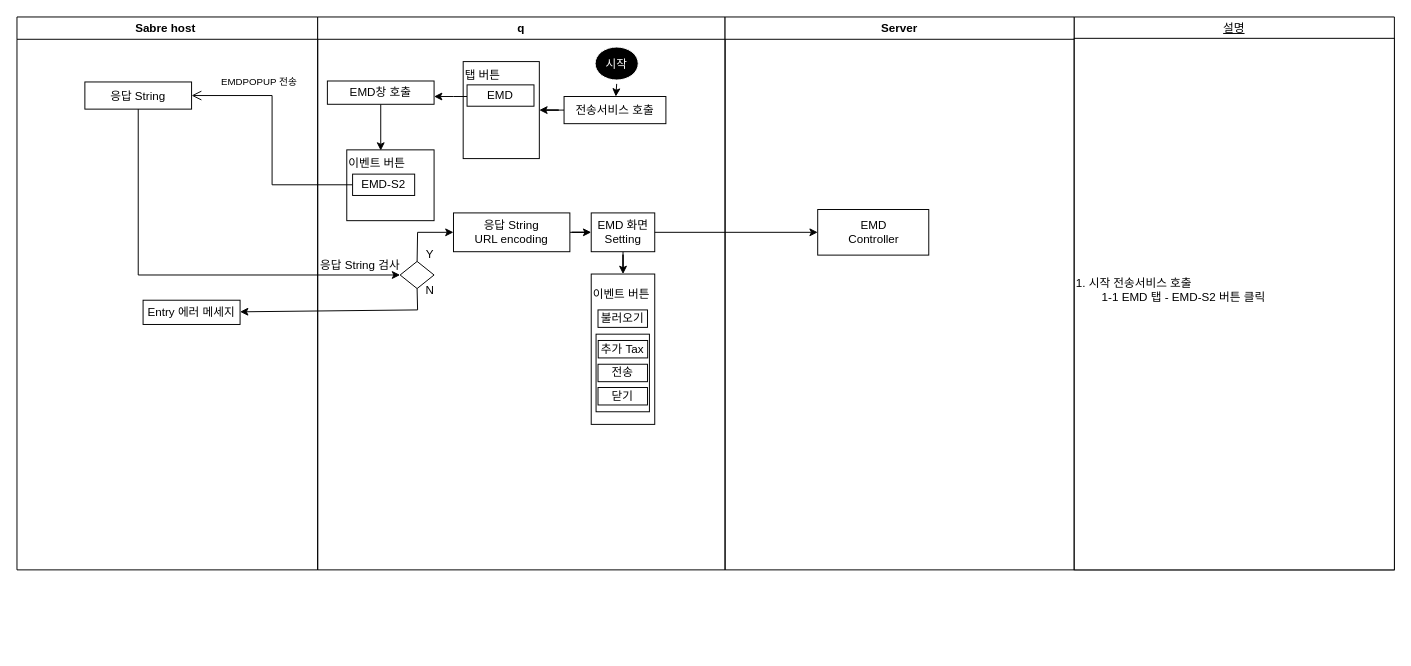
This is 제목 없는 다이어그램.drawio from ShimDaeSung1/EMDS2, a draw.io file, before an edit. Source tidied: cells renumbered, new cells numbered last; positions are measured from the earlier drawing's top-left corner, leaving out a move shared by most shapes. Both pictures are drawn from the tidied source at 97%, with x=0, y=0 at pixel (16, 16).
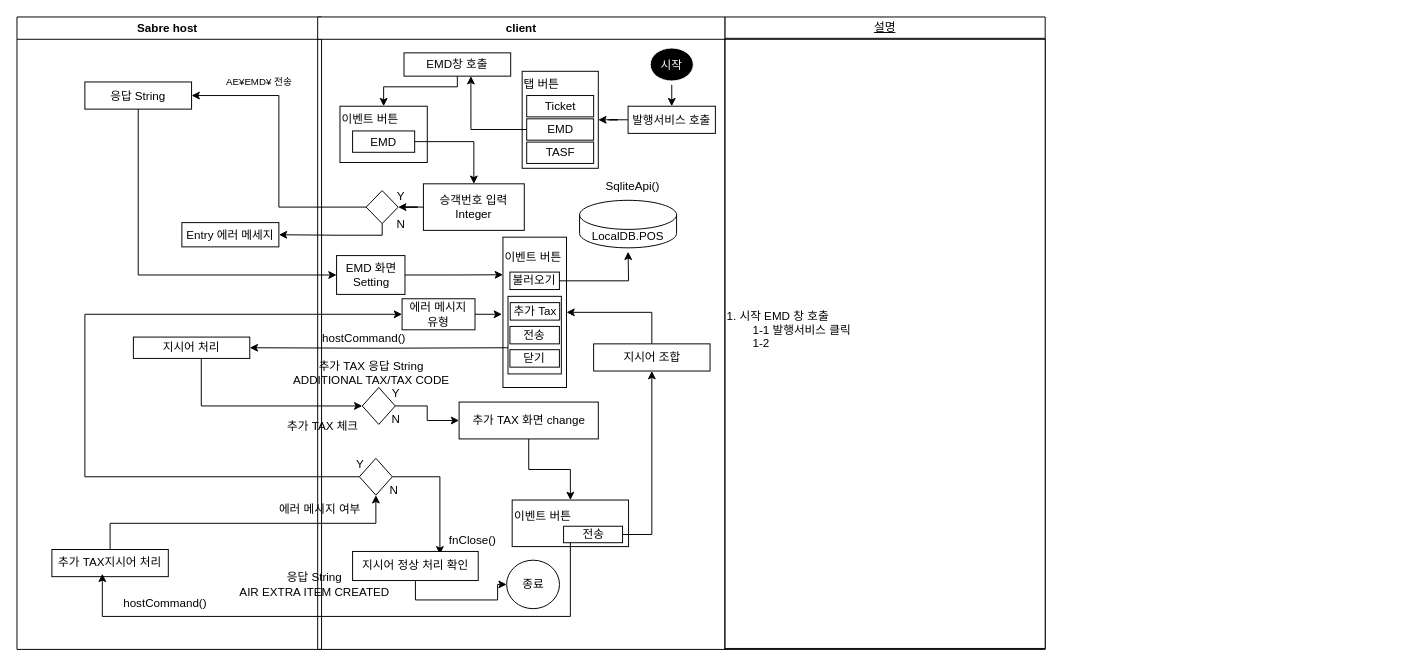
The same diagram, later.

Commit message (it also covers changes not shown here):
제목 없는 다이어그램.drawio 업데이트

Unchanged cells that the change refers to:
```xml
<mxCell id="3" value="응답 String" parent="2" vertex="1">
  <mxGeometry x="70" y="67" width="110" height="28" as="geometry" />
</mxCell>
```

The edit, as a diff of the source:
```diff
@@
     <mxCell id="2" value="Sabre host " style="swimlane;whiteSpace=wrap;" parent="1" vertex="1">
-      <mxGeometry width="310" height="570" as="geometry" />
+      <mxGeometry width="314" height="652" as="geometry" />
     </mxCell>
@@
-    <mxCell id="4" value="EMDPOPUP 전송" style="text;html=1;strokeColor=none;fillColor=none;align=center;verticalAlign=middle;whiteSpace=wrap;rounded=0;fontSize=10;" parent="2" vertex="1">
+    <mxCell id="4" value="AE¥EMD¥ 전송" style="text;html=1;strokeColor=none;fillColor=none;align=center;verticalAlign=middle;whiteSpace=wrap;rounded=0;fontSize=10;" parent="2" vertex="1">
       <mxGeometry x="200" y="52" width="100" height="30" as="geometry" />
     </mxCell>
     <mxCell id="5" value="Entry 에러 메세지" style="rounded=0;whiteSpace=wrap;html=1;" parent="2" vertex="1">
-      <mxGeometry x="130" y="292" width="100" height="25" as="geometry" />
+      <mxGeometry x="170" y="212" width="100" height="25" as="geometry" />
     </mxCell>
+    <mxCell id="41" value="지시어 처리" style="whiteSpace=wrap;html=1;rounded=0;" parent="2" vertex="1">
+      <mxGeometry x="120" y="330" width="120" height="22" as="geometry" />
+    </mxCell>
+    <mxCell id="42" value="추가 TAX지시어 처리" style="rounded=0;whiteSpace=wrap;html=1;" parent="2" vertex="1">
+      <mxGeometry x="36" y="549" width="120" height="28" as="geometry" />
+    </mxCell>
+    <mxCell id="43" value="hostCommand()" style="text;html=1;strokeColor=none;fillColor=none;align=center;verticalAlign=middle;whiteSpace=wrap;rounded=0;" parent="2" vertex="1">
+      <mxGeometry x="86" y="591" width="134" height="28" as="geometry" />
+    </mxCell>
-    <mxCell id="6" value="q" style="swimlane;whiteSpace=wrap;" parent="1" vertex="1">
-      <mxGeometry x="310" width="420" height="570" as="geometry" />
+    <mxCell id="6" value="client" style="swimlane;whiteSpace=wrap;" parent="1" vertex="1">
+      <mxGeometry x="310" width="420" height="652" as="geometry" />
     </mxCell>
     <mxCell id="7" value="시작" style="ellipse;shape=startState;fillColor=#000000;strokeColor=#FFFFFF;fontColor=#FFFFFF;" parent="6" vertex="1">
-      <mxGeometry x="282" y="27" width="52.5" height="42" as="geometry" />
+      <mxGeometry x="338.8" y="28" width="52.5" height="42" as="geometry" />
     </mxCell>
@@
-    <mxCell id="9" value="전송서비스 호출" parent="6" vertex="1">
-      <mxGeometry x="254" y="82" width="105" height="28" as="geometry" />
+    <mxCell id="9" value="발행서비스 호출" parent="6" vertex="1">
+      <mxGeometry x="320" y="92" width="90" height="28" as="geometry" />
     </mxCell>
-    <mxCell id="10" style="edgeStyle=orthogonalEdgeStyle;rounded=0;jettySize=auto;html=1;entryX=0.389;entryY=0.01;entryDx=0;entryDy=0;entryPerimeter=0;" parent="6" edge="1" source="11" target="15">
-      <mxGeometry relative="1" as="geometry" />
+    <mxCell id="10" style="edgeStyle=orthogonalEdgeStyle;rounded=0;jettySize=auto;html=1;entryX=0.5;entryY=0;entryDx=0;entryDy=0;" parent="6" edge="1" source="11" target="15">
+      <mxGeometry relative="1" as="geometry">
+        <Array as="points">
+          <mxPoint x="144" y="72" />
+          <mxPoint x="68" y="72" />
+        </Array>
+      </mxGeometry>
     </mxCell>
     <mxCell id="11" value="EMD창 호출" style="whiteSpace=wrap;html=1;" parent="6" vertex="1">
-      <mxGeometry x="10" y="66" width="110" height="24" as="geometry" />
+      <mxGeometry x="89" y="37" width="110" height="24" as="geometry" />
     </mxCell>
     <mxCell id="12" value="탭 버튼&#10;" style="align=left;verticalAlign=top;" parent="6" vertex="1">
-      <mxGeometry x="150" y="46" width="78.5" height="100" as="geometry" />
+      <mxGeometry x="210.8" y="56" width="78.5" height="100" as="geometry" />
     </mxCell>
-    <mxCell id="13" style="edgeStyle=orthogonalEdgeStyle;rounded=0;jettySize=auto;html=1;" parent="6" edge="1" source="14" target="11">
-      <mxGeometry relative="1" as="geometry">
-        <Array as="points">
-          <mxPoint x="140" y="82" />
-          <mxPoint x="140" y="82" />
-        </Array>
-      </mxGeometry>
-    </mxCell>
-    <mxCell id="14" value="EMD" style="rounded=0;whiteSpace=wrap;html=1;" parent="6" vertex="1">
-      <mxGeometry x="154" y="70" width="69" height="22" as="geometry" />
+    <mxCell id="14" value="Ticket" style="rounded=0;whiteSpace=wrap;html=1;" parent="6" vertex="1">
+      <mxGeometry x="215.5" y="81" width="69" height="22" as="geometry" />
     </mxCell>
     <mxCell id="15" value="이벤트 버튼&#10;" style="align=left;verticalAlign=top;" parent="6" vertex="1">
-      <mxGeometry x="30" y="137" width="90" height="73" as="geometry" />
+      <mxGeometry x="23" y="92" width="90" height="58" as="geometry" />
     </mxCell>
+    <mxCell id="44" style="edgeStyle=orthogonalEdgeStyle;rounded=0;jettySize=auto;html=1;" parent="6" edge="1" source="16" target="50">
+      <mxGeometry relative="1" as="geometry" />
+    </mxCell>
-    <mxCell id="16" value="EMD-S2" style="rounded=0;whiteSpace=wrap;html=1;" parent="6" vertex="1">
-      <mxGeometry x="36" y="162" width="64" height="22" as="geometry" />
+    <mxCell id="16" value="EMD" style="rounded=0;whiteSpace=wrap;html=1;" parent="6" vertex="1">
+      <mxGeometry x="36" y="117.5" width="64" height="22" as="geometry" />
     </mxCell>
@@
-    <mxCell id="18" style="rhombus;whiteSpace=wrap;html=1;" parent="6" vertex="1">
-      <mxGeometry x="85" y="252" width="35" height="28" as="geometry" />
-    </mxCell>
-    <mxCell id="19" value="응답 String 검사" style="text;html=1;strokeColor=none;fillColor=none;align=center;verticalAlign=middle;whiteSpace=wrap;rounded=0;" parent="6" vertex="1">
-      <mxGeometry x="-21" y="241" width="130" height="30" as="geometry" />
-    </mxCell>
     <mxCell id="20" value="Y" style="text;html=1;strokeColor=none;fillColor=none;align=center;verticalAlign=middle;whiteSpace=wrap;rounded=0;" parent="6" vertex="1">
-      <mxGeometry x="89" y="239" width="54" height="11" as="geometry" />
+      <mxGeometry x="59" y="179" width="54" height="11" as="geometry" />
     </mxCell>
     <mxCell id="21" value="N" style="text;html=1;strokeColor=none;fillColor=none;align=center;verticalAlign=middle;whiteSpace=wrap;rounded=0;" parent="6" vertex="1">
-      <mxGeometry x="106" y="280" width="20" height="3" as="geometry" />
+      <mxGeometry x="76" y="212" width="20" height="3" as="geometry" />
     </mxCell>
-    <mxCell id="22" style="edgeStyle=orthogonalEdgeStyle;rounded=0;jettySize=auto;html=1;" parent="6" edge="1" source="23" target="26">
-      <mxGeometry relative="1" as="geometry" />
-    </mxCell>
-    <mxCell id="23" value="응답 String&lt;br&gt;URL encoding" style="rounded=0;whiteSpace=wrap;html=1;" parent="6" vertex="1">
-      <mxGeometry x="140" y="202" width="120" height="40" as="geometry" />
-    </mxCell>
-    <mxCell id="24" style="endArrow=classic;html=1;rounded=0;exitX=0.5;exitY=0;exitDx=0;exitDy=0;entryX=0;entryY=0.5;entryDx=0;entryDy=0;" parent="6" edge="1" source="18" target="23">
-      <mxGeometry relative="1" as="geometry">
-        <Array as="points">
-          <mxPoint x="103" y="222" />
-        </Array>
-      </mxGeometry>
-    </mxCell>
-    <mxCell id="25" style="edgeStyle=orthogonalEdgeStyle;rounded=0;jettySize=auto;html=1;" parent="6" edge="1" source="26" target="27">
+    <mxCell id="25" style="edgeStyle=orthogonalEdgeStyle;rounded=0;jettySize=auto;html=1;entryX=0;entryY=0.25;entryDx=0;entryDy=0;" parent="6" edge="1" source="26" target="27">
       <mxGeometry relative="1" as="geometry" />
     </mxCell>
     <mxCell id="26" value="EMD 화면&lt;br&gt;Setting" style="rounded=0;whiteSpace=wrap;html=1;" parent="6" vertex="1">
-      <mxGeometry x="282" y="202" width="65.5" height="40" as="geometry" />
+      <mxGeometry x="19.5" y="246" width="70.5" height="40" as="geometry" />
     </mxCell>
     <mxCell id="27" value="이벤트 버튼&lt;br&gt;&lt;br&gt;&lt;br&gt;&lt;br&gt;&lt;br&gt;&lt;br&gt;&lt;br&gt;&lt;br&gt;&lt;br&gt;" style="rounded=0;whiteSpace=wrap;html=1;align=left;" parent="6" vertex="1">
-      <mxGeometry x="282" y="265" width="65.5" height="155" as="geometry" />
+      <mxGeometry x="191" y="227" width="65.5" height="155" as="geometry" />
     </mxCell>
+    <mxCell id="45" style="edgeStyle=orthogonalEdgeStyle;rounded=0;jettySize=auto;html=1;exitX=1;exitY=0.5;exitDx=0;exitDy=0;" parent="6" edge="1" source="28">
+      <mxGeometry relative="1" as="geometry">
+        <mxPoint x="320" y="242" as="targetPoint" />
+      </mxGeometry>
+    </mxCell>
     <mxCell id="28" value="불러오기" style="rounded=0;whiteSpace=wrap;html=1;" parent="6" vertex="1">
-      <mxGeometry x="289" y="302" width="51" height="18" as="geometry" />
+      <mxGeometry x="198.2" y="263" width="51" height="18" as="geometry" />
     </mxCell>
     <mxCell id="29" style="rounded=0;whiteSpace=wrap;html=1;" parent="6" vertex="1">
-      <mxGeometry x="287" y="327" width="55" height="80" as="geometry" />
+      <mxGeometry x="196.2" y="288" width="55" height="80" as="geometry" />
     </mxCell>
     <mxCell id="30" value="추가 Tax" style="rounded=0;whiteSpace=wrap;html=1;" parent="6" vertex="1">
-      <mxGeometry x="289.2" y="333.5" width="51" height="18" as="geometry" />
+      <mxGeometry x="198.5" y="294.5" width="51" height="18" as="geometry" />
     </mxCell>
     <mxCell id="31" value="전송" style="rounded=0;whiteSpace=wrap;html=1;" parent="6" vertex="1">
-      <mxGeometry x="289" y="358" width="51" height="18" as="geometry" />
+      <mxGeometry x="198.2" y="319" width="51" height="18" as="geometry" />
     </mxCell>
     <mxCell id="32" value="닫기" style="rounded=0;whiteSpace=wrap;html=1;" parent="6" vertex="1">
-      <mxGeometry x="289" y="382" width="51" height="18" as="geometry" />
+      <mxGeometry x="198.2" y="343" width="51" height="18" as="geometry" />
     </mxCell>
-    <mxCell id="33" value="Server" style="swimlane;whiteSpace=wrap;" parent="1" vertex="1">
-      <mxGeometry x="730" width="360" height="570" as="geometry" />
-    </mxCell>
-    <mxCell id="34" value="EMD&lt;br&gt;Controller" style="rounded=0;whiteSpace=wrap;html=1;" parent="33" vertex="1">
-      <mxGeometry x="95.5" y="198.5" width="114.5" height="47" as="geometry" />
-    </mxCell>
+    <mxCell id="46" style="edgeStyle=orthogonalEdgeStyle;rounded=0;jettySize=auto;html=1;entryX=0.627;entryY=1;entryDx=0;entryDy=0;entryPerimeter=0;" parent="6" edge="1" source="47" target="11">
+      <mxGeometry relative="1" as="geometry" />
+    </mxCell>
+    <mxCell id="47" value="EMD" style="rounded=0;whiteSpace=wrap;html=1;" parent="6" vertex="1">
+      <mxGeometry x="215.5" y="105" width="69" height="22" as="geometry" />
+    </mxCell>
+    <mxCell id="48" value="TASF" style="rounded=0;whiteSpace=wrap;html=1;" parent="6" vertex="1">
+      <mxGeometry x="215.5" y="129" width="69" height="22" as="geometry" />
+    </mxCell>
+    <mxCell id="49" style="edgeStyle=orthogonalEdgeStyle;rounded=0;jettySize=auto;html=1;" parent="6" edge="1" source="50" target="51">
+      <mxGeometry relative="1" as="geometry" />
+    </mxCell>
+    <mxCell id="50" value="승객번호 입력&lt;br&gt;Integer" style="rounded=0;whiteSpace=wrap;html=1;" parent="6" vertex="1">
+      <mxGeometry x="109" y="172" width="104" height="48" as="geometry" />
+    </mxCell>
+    <mxCell id="51" style="rhombus;whiteSpace=wrap;html=1;rounded=0;" parent="6" vertex="1">
+      <mxGeometry x="50" y="179" width="33" height="34" as="geometry" />
+    </mxCell>
+    <mxCell id="52" value="LocalDB.POS" style="shape=cylinder3;whiteSpace=wrap;html=1;boundedLbl=1;backgroundOutline=1;size=15;" parent="6" vertex="1">
+      <mxGeometry x="270" y="189" width="100" height="49" as="geometry" />
+    </mxCell>
+    <mxCell id="53" value="SqliteApi()" style="text;html=1;strokeColor=none;fillColor=none;align=center;verticalAlign=middle;whiteSpace=wrap;rounded=0;" parent="6" vertex="1">
+      <mxGeometry x="284.5" y="160" width="80" height="30" as="geometry" />
+    </mxCell>
+    <mxCell id="54" value="hostCommand()" style="text;html=1;strokeColor=none;fillColor=none;align=center;verticalAlign=middle;whiteSpace=wrap;rounded=0;" parent="6" vertex="1">
+      <mxGeometry x="-19" y="318" width="134" height="28" as="geometry" />
+    </mxCell>
+    <mxCell id="55" style="edgeStyle=orthogonalEdgeStyle;rounded=0;jettySize=auto;html=1;" parent="6" edge="1" source="56" target="62">
+      <mxGeometry relative="1" as="geometry" />
+    </mxCell>
+    <mxCell id="56" style="rhombus;whiteSpace=wrap;html=1;rounded=0;" parent="6" vertex="1">
+      <mxGeometry x="46" y="382" width="34" height="38" as="geometry" />
+    </mxCell>
+    <mxCell id="57" value="Y" style="text;html=1;strokeColor=none;fillColor=none;align=center;verticalAlign=middle;whiteSpace=wrap;rounded=0;" parent="6" vertex="1">
+      <mxGeometry x="54" y="382" width="54" height="11" as="geometry" />
+    </mxCell>
+    <mxCell id="58" value="N" style="text;html=1;strokeColor=none;fillColor=none;align=center;verticalAlign=middle;whiteSpace=wrap;rounded=0;" parent="6" vertex="1">
+      <mxGeometry x="71" y="413" width="20" height="3" as="geometry" />
+    </mxCell>
+    <mxCell id="59" value="추가 TAX 응답 String&lt;br&gt;ADDITIONAL TAX/TAX CODE" style="text;html=1;strokeColor=none;fillColor=none;align=center;verticalAlign=middle;whiteSpace=wrap;rounded=0;" parent="6" vertex="1">
+      <mxGeometry x="-37.5" y="337" width="184.5" height="60" as="geometry" />
+    </mxCell>
+    <mxCell id="60" value="추가 TAX 체크" style="text;html=1;strokeColor=none;fillColor=none;align=center;verticalAlign=middle;whiteSpace=wrap;rounded=0;" parent="6" vertex="1">
+      <mxGeometry x="-72" y="413" width="155" height="18" as="geometry" />
+    </mxCell>
+    <mxCell id="61" style="edgeStyle=orthogonalEdgeStyle;rounded=0;jettySize=auto;html=1;" parent="6" edge="1" source="62" target="63">
+      <mxGeometry relative="1" as="geometry" />
+    </mxCell>
+    <mxCell id="62" value="추가 TAX 화면 change" style="rounded=0;whiteSpace=wrap;html=1;" parent="6" vertex="1">
+      <mxGeometry x="145.8" y="397" width="143.5" height="38" as="geometry" />
+    </mxCell>
+    <mxCell id="63" value="이벤트 버튼&lt;br&gt;&amp;nbsp;&amp;nbsp;" style="whiteSpace=wrap;html=1;rounded=0;align=left;" parent="6" vertex="1">
+      <mxGeometry x="200.5" y="498" width="120" height="48" as="geometry" />
+    </mxCell>
+    <mxCell id="64" style="edgeStyle=orthogonalEdgeStyle;rounded=0;jettySize=auto;html=1;exitX=1;exitY=0.5;exitDx=0;exitDy=0;entryX=0.5;entryY=1;entryDx=0;entryDy=0;" parent="6" edge="1" source="65" target="67">
+      <mxGeometry relative="1" as="geometry" />
+    </mxCell>
+    <mxCell id="65" value="전송" style="rounded=0;whiteSpace=wrap;html=1;" parent="6" vertex="1">
+      <mxGeometry x="253.5" y="525" width="60.8" height="17" as="geometry" />
+    </mxCell>
+    <mxCell id="66" style="edgeStyle=orthogonalEdgeStyle;rounded=0;jettySize=auto;html=1;exitX=0.5;exitY=0;exitDx=0;exitDy=0;" parent="6" edge="1" source="67" target="27">
+      <mxGeometry relative="1" as="geometry" />
+    </mxCell>
+    <mxCell id="67" value="지시어 조합" style="rounded=0;whiteSpace=wrap;html=1;" parent="6" vertex="1">
+      <mxGeometry x="284.5" y="337" width="120" height="28" as="geometry" />
+    </mxCell>
+    <mxCell id="68" style="edgeStyle=orthogonalEdgeStyle;rounded=0;jettySize=auto;html=1;entryX=0.695;entryY=0.1;entryDx=0;entryDy=0;entryPerimeter=0;exitX=1;exitY=0.5;exitDx=0;exitDy=0;" parent="6" edge="1" source="70" target="75">
+      <mxGeometry relative="1" as="geometry" />
+    </mxCell>
+    <mxCell id="69" style="edgeStyle=orthogonalEdgeStyle;rounded=0;jettySize=auto;html=1;exitX=0;exitY=0.5;exitDx=0;exitDy=0;entryX=0;entryY=0.5;entryDx=0;entryDy=0;" parent="6" edge="1" source="70" target="80">
+      <mxGeometry relative="1" as="geometry">
+        <Array as="points">
+          <mxPoint x="-240" y="474" />
+          <mxPoint x="-240" y="307" />
+        </Array>
+      </mxGeometry>
+    </mxCell>
+    <mxCell id="70" style="rhombus;whiteSpace=wrap;html=1;rounded=0;" parent="6" vertex="1">
+      <mxGeometry x="43" y="455" width="34" height="38" as="geometry" />
+    </mxCell>
+    <mxCell id="71" value="에러 메시지 여부" style="text;html=1;strokeColor=none;fillColor=none;align=center;verticalAlign=middle;whiteSpace=wrap;rounded=0;" parent="6" vertex="1">
+      <mxGeometry x="-75" y="499" width="155" height="18" as="geometry" />
+    </mxCell>
+    <mxCell id="72" value="Y" style="text;html=1;strokeColor=none;fillColor=none;align=center;verticalAlign=middle;whiteSpace=wrap;rounded=0;" parent="6" vertex="1">
+      <mxGeometry x="17" y="455" width="54" height="11" as="geometry" />
+    </mxCell>
+    <mxCell id="73" value="N" style="text;html=1;strokeColor=none;fillColor=none;align=center;verticalAlign=middle;whiteSpace=wrap;rounded=0;" parent="6" vertex="1">
+      <mxGeometry x="69" y="486" width="20" height="3" as="geometry" />
+    </mxCell>
+    <mxCell id="74" style="edgeStyle=orthogonalEdgeStyle;rounded=0;jettySize=auto;html=1;exitX=0.5;exitY=1;exitDx=0;exitDy=0;entryX=0;entryY=0.5;entryDx=0;entryDy=0;" parent="6" edge="1" source="75" target="78">
+      <mxGeometry relative="1" as="geometry" />
+    </mxCell>
+    <mxCell id="75" value="지시어 정상 처리 확인" style="rounded=0;whiteSpace=wrap;html=1;" parent="6" vertex="1">
+      <mxGeometry x="36" y="551" width="129.5" height="30" as="geometry" />
+    </mxCell>
+    <mxCell id="76" value="fnClose()" style="text;html=1;strokeColor=none;fillColor=none;align=center;verticalAlign=middle;whiteSpace=wrap;rounded=0;" parent="6" vertex="1">
+      <mxGeometry x="130" y="525" width="60" height="30" as="geometry" />
+    </mxCell>
+    <mxCell id="77" value="응답 String&lt;br&gt;AIR EXTRA ITEM CREATED" style="text;html=1;strokeColor=none;fillColor=none;align=center;verticalAlign=middle;whiteSpace=wrap;rounded=0;" parent="6" vertex="1">
+      <mxGeometry x="-87.5" y="546" width="167.5" height="78" as="geometry" />
+    </mxCell>
+    <mxCell id="78" value="종료" style="ellipse;whiteSpace=wrap;html=1;" parent="6" vertex="1">
+      <mxGeometry x="194.8" y="560" width="54.5" height="50" as="geometry" />
+    </mxCell>
+    <mxCell id="79" style="edgeStyle=orthogonalEdgeStyle;rounded=0;jettySize=auto;html=1;exitX=1;exitY=0.5;exitDx=0;exitDy=0;" parent="6" edge="1" source="80">
+      <mxGeometry relative="1" as="geometry">
+        <mxPoint x="190" y="307" as="targetPoint" />
+      </mxGeometry>
+    </mxCell>
+    <mxCell id="80" value="에러 메시지&lt;br&gt;유형" style="rounded=0;whiteSpace=wrap;html=1;" parent="6" vertex="1">
+      <mxGeometry x="87" y="290.5" width="75.2" height="32" as="geometry" />
+    </mxCell>
-    <mxCell id="35" value="설명" style="swimlane;whiteSpace=wrap;fontStyle=4;" parent="1" vertex="1">
-      <mxGeometry x="1090" width="330" height="570" as="geometry" />
+    <mxCell id="35" value="설명" style="swimlane;whiteSpace=wrap;fontStyle=4;startSize=22;" parent="1" vertex="1">
+      <mxGeometry x="730" width="330" height="652" as="geometry" />
     </mxCell>
-    <mxCell id="36" value="1. 시작 전송서비스 호출&lt;br&gt;&lt;span style=&quot;white-space: pre;&quot;&gt;&#9;&lt;/span&gt;1-1 EMD 탭 - EMD-S2 버튼 클릭&lt;br&gt;&lt;span style=&quot;white-space: pre;&quot;&gt;&#9;&lt;/span&gt;&lt;br&gt;&lt;span style=&quot;white-space: pre;&quot;&gt;&#9;&lt;/span&gt;&lt;span style=&quot;white-space: pre;&quot;&gt;&#9;&lt;/span&gt;&amp;nbsp;" style="whiteSpace=wrap;html=1;align=left;" parent="35" vertex="1">
-      <mxGeometry y="22" width="330" height="548" as="geometry" />
+    <mxCell id="36" value="1. 시작 EMD 창 호출&lt;br&gt;&lt;span style=&quot;white-space: pre;&quot;&gt;&#9;&lt;/span&gt;1-1 발행서비스 클릭&lt;br&gt;&lt;span style=&quot;white-space: pre;&quot;&gt;&#9;&lt;/span&gt;1-2&amp;nbsp;&lt;br&gt;&lt;span style=&quot;white-space: pre;&quot;&gt;&#9;&lt;/span&gt;&lt;br&gt;&lt;span style=&quot;white-space: pre;&quot;&gt;&#9;&lt;/span&gt;&lt;span style=&quot;white-space: pre;&quot;&gt;&#9;&lt;/span&gt;&amp;nbsp;" style="whiteSpace=wrap;html=1;align=left;" parent="35" vertex="1">
+      <mxGeometry y="23" width="330" height="628" as="geometry" />
     </mxCell>
-    <mxCell id="37" style="edgeStyle=elbowEdgeStyle;elbow=horizontal;verticalAlign=bottom;endArrow=open;endSize=8;strokeColor=#000000;endFill=1;rounded=0;exitX=0;exitY=0.5;exitDx=0;exitDy=0;entryX=1;entryY=0.5;entryDx=0;entryDy=0;" parent="1" edge="1" source="16" target="3">
-      <mxGeometry x="40" y="20" as="geometry" />
-    </mxCell>
-    <mxCell id="38" style="endArrow=classic;html=1;rounded=0;exitX=0.5;exitY=1;exitDx=0;exitDy=0;entryX=0;entryY=0.5;entryDx=0;entryDy=0;" parent="1" edge="1" source="3" target="18">
+    <mxCell id="38" style="endArrow=classic;html=1;rounded=0;exitX=0.5;exitY=1;exitDx=0;exitDy=0;entryX=0;entryY=0.5;entryDx=0;entryDy=0;" parent="1" edge="1" source="3" target="26">
       <mxGeometry relative="1" as="geometry">
         <Array as="points">
           <mxPoint x="125" y="266" />
         </Array>
       </mxGeometry>
     </mxCell>
-    <mxCell id="39" style="edgeStyle=orthogonalEdgeStyle;rounded=0;jettySize=auto;html=1;" parent="1" edge="1" source="26" target="34">
-      <mxGeometry relative="1" as="geometry" />
-    </mxCell>
-    <mxCell id="40" style="endArrow=classic;html=1;rounded=0;exitX=0.5;exitY=1;exitDx=0;exitDy=0;" parent="1" edge="1" source="18" target="5">
-      <mxGeometry relative="1" as="geometry">
-        <Array as="points">
-          <mxPoint x="413" y="302" />
-        </Array>
-      </mxGeometry>
-    </mxCell>
+    <mxCell id="81" style="edgeStyle=orthogonalEdgeStyle;rounded=0;jettySize=auto;html=1;entryX=1;entryY=0.5;entryDx=0;entryDy=0;" parent="1" edge="1" source="51" target="3">
+      <mxGeometry relative="1" as="geometry" />
+    </mxCell>
+    <mxCell id="82" style="edgeStyle=orthogonalEdgeStyle;rounded=0;jettySize=auto;html=1;exitX=0.5;exitY=1;exitDx=0;exitDy=0;entryX=1;entryY=0.5;entryDx=0;entryDy=0;" parent="1" edge="1" source="51" target="5">
+      <mxGeometry relative="1" as="geometry">
+        <Array as="points">
+          <mxPoint x="377" y="225" />
+          <mxPoint x="330" y="225" />
+        </Array>
+      </mxGeometry>
+    </mxCell>
+    <mxCell id="83" style="edgeStyle=orthogonalEdgeStyle;rounded=0;jettySize=auto;html=1;" parent="1" edge="1" target="41">
+      <mxGeometry relative="1" as="geometry">
+        <mxPoint x="506.2" y="341" as="sourcePoint" />
+      </mxGeometry>
+    </mxCell>
+    <mxCell id="84" style="edgeStyle=orthogonalEdgeStyle;rounded=0;jettySize=auto;html=1;" parent="1" edge="1" source="41" target="56">
+      <mxGeometry relative="1" as="geometry">
+        <Array as="points">
+          <mxPoint x="190" y="401" />
+        </Array>
+      </mxGeometry>
+    </mxCell>
+    <mxCell id="85" style="edgeStyle=orthogonalEdgeStyle;rounded=0;orthogonalLoop=1;jettySize=auto;html=1;exitX=0.5;exitY=1;exitDx=0;exitDy=0;entryX=0.433;entryY=1.036;entryDx=0;entryDy=0;entryPerimeter=0;" parent="1" edge="1">
+      <mxGeometry relative="1" as="geometry">
+        <mxPoint x="570.5" y="542" as="sourcePoint" />
+        <mxPoint x="88" y="574" as="targetPoint" />
+        <Array as="points">
+          <mxPoint x="571" y="618" />
+          <mxPoint x="88" y="618" />
+        </Array>
+      </mxGeometry>
+    </mxCell>
+    <mxCell id="86" style="edgeStyle=orthogonalEdgeStyle;rounded=0;jettySize=auto;html=1;exitX=0.5;exitY=0;exitDx=0;exitDy=0;" parent="1" edge="1" source="42" target="70">
+      <mxGeometry relative="1" as="geometry">
+        <Array as="points">
+          <mxPoint x="96" y="522" />
+          <mxPoint x="370" y="522" />
+        </Array>
+      </mxGeometry>
+    </mxCell>
```
